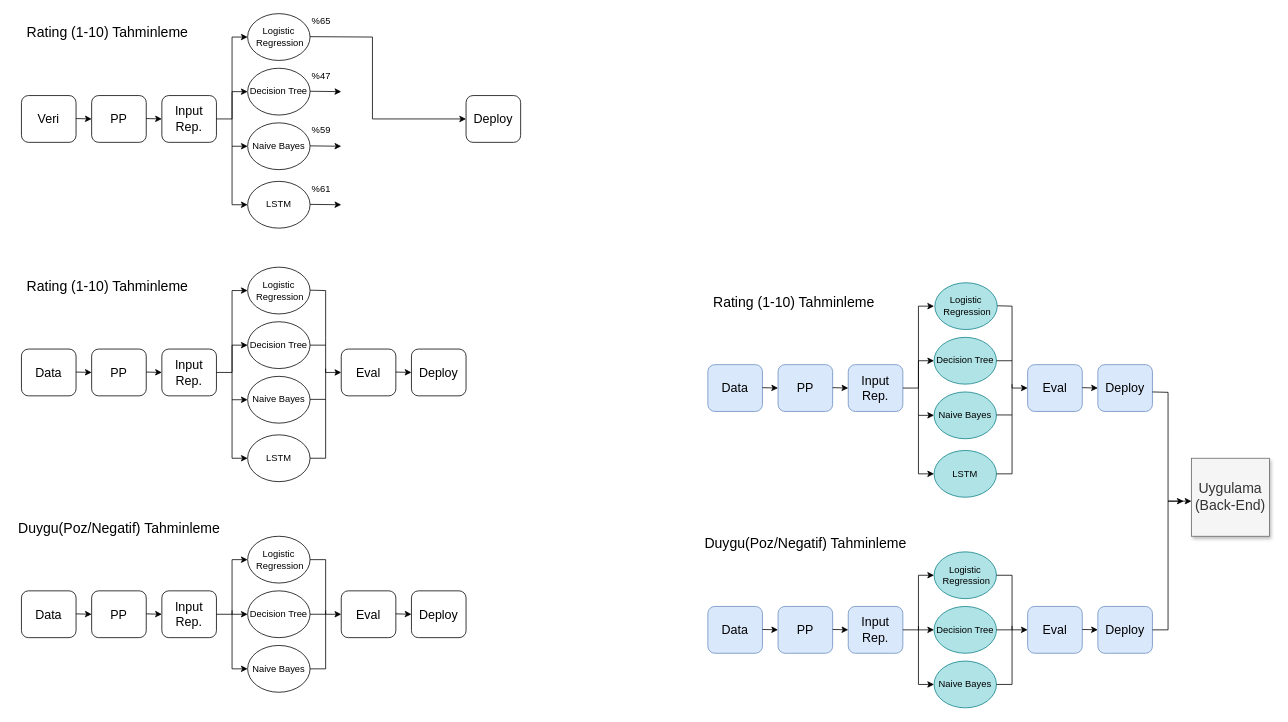
Above: gradProjectProcesses.drawio in EgehanEralp/diagrams (draw.io), before the change. Source tidied: cells renumbered, new cells numbered last; positions are measured from the earlier drawing's top-left corner, leaving out a move shared by most shapes. Both pictures are drawn from the tidied source at 78%, with x=0, y=0 at pixel (13, 13).
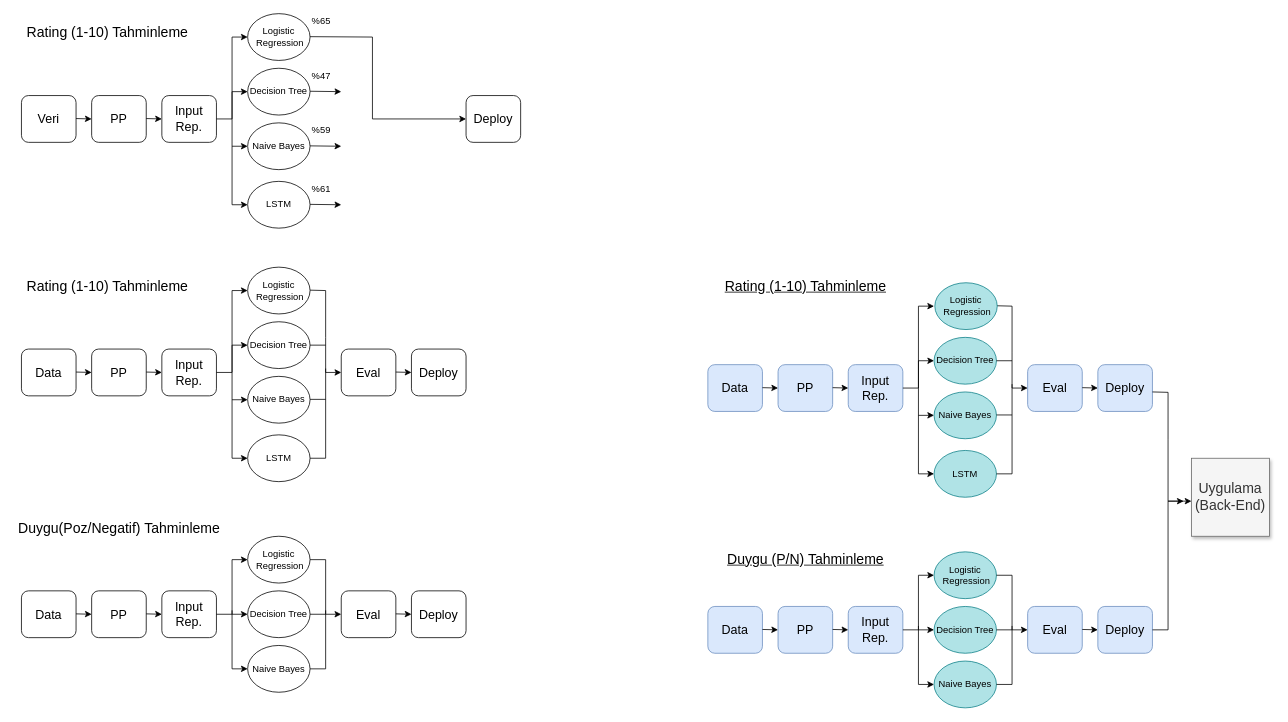
The same diagram, later.

Change to the diagram source:
```diff
@@
-    <mxCell id="67" value="&lt;font style=&quot;font-size: 18px&quot;&gt;Rating (1-10) Tahminleme&lt;/font&gt;" style="text;html=1;align=center;verticalAlign=middle;strokeColor=none;" parent="1" vertex="1">
-      <mxGeometry x="890" y="360" width="220" height="20" as="geometry" />
+    <mxCell id="67" value="&lt;font style=&quot;font-size: 18px&quot;&gt;&lt;u&gt;Rating (1-10) Tahminleme&lt;/u&gt;&lt;/font&gt;" style="text;html=1;align=center;verticalAlign=middle;strokeColor=none;" parent="1" vertex="1">
+      <mxGeometry x="905" y="340" width="220" height="20" as="geometry" />
     </mxCell>
@@
-    <mxCell id="87" value="&lt;font style=&quot;font-size: 18px&quot;&gt;Duygu(Poz/Negatif) Tahminleme&lt;/font&gt;" style="text;html=1;align=center;verticalAlign=middle;strokeColor=none;" parent="1" vertex="1">
-      <mxGeometry x="880" y="670" width="270" height="20" as="geometry" />
+    <mxCell id="87" value="&lt;font style=&quot;font-size: 18px&quot;&gt;&lt;u&gt;Duygu (P/N) Tahminleme&lt;/u&gt;&lt;/font&gt;" style="text;html=1;align=center;verticalAlign=middle;strokeColor=none;" parent="1" vertex="1">
+      <mxGeometry x="910" y="690" width="210" height="20" as="geometry" />
     </mxCell>
```
